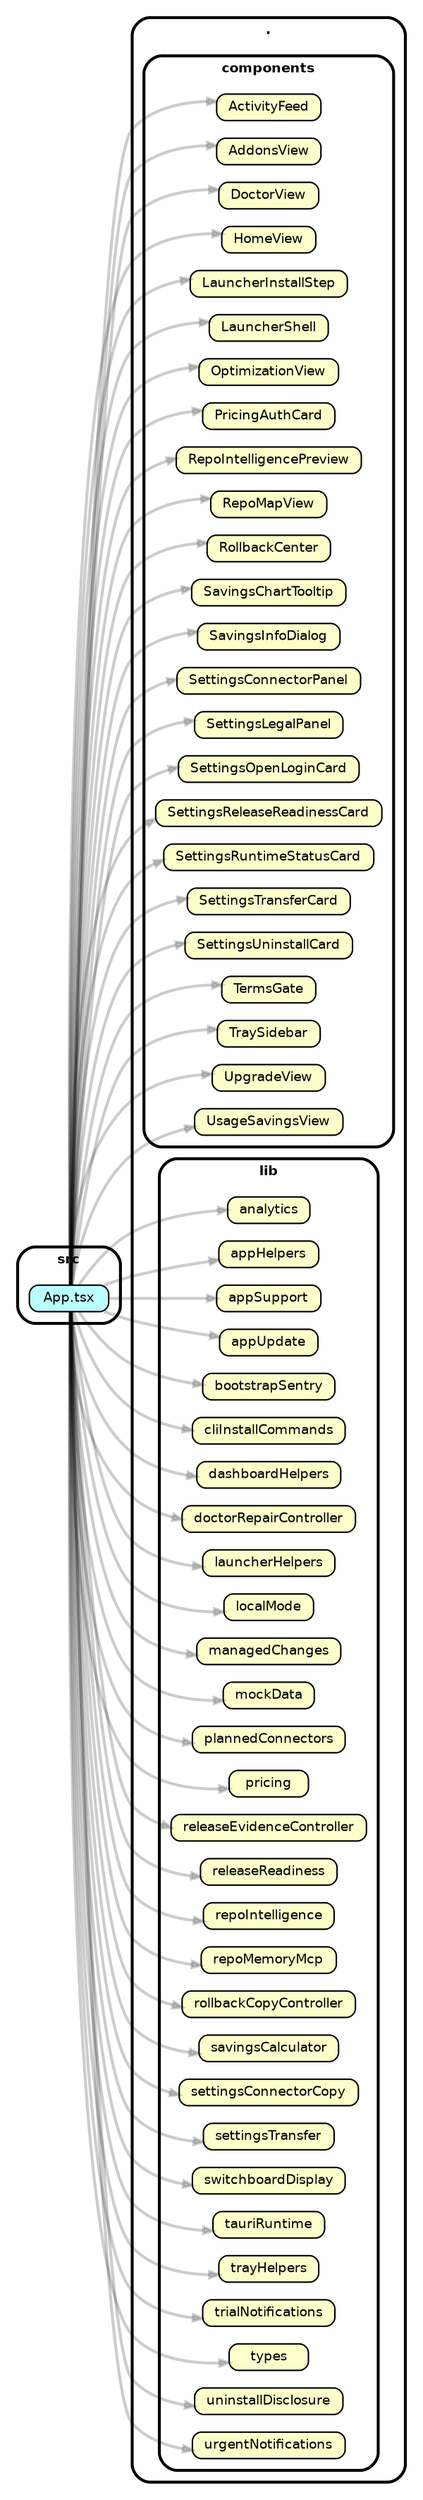
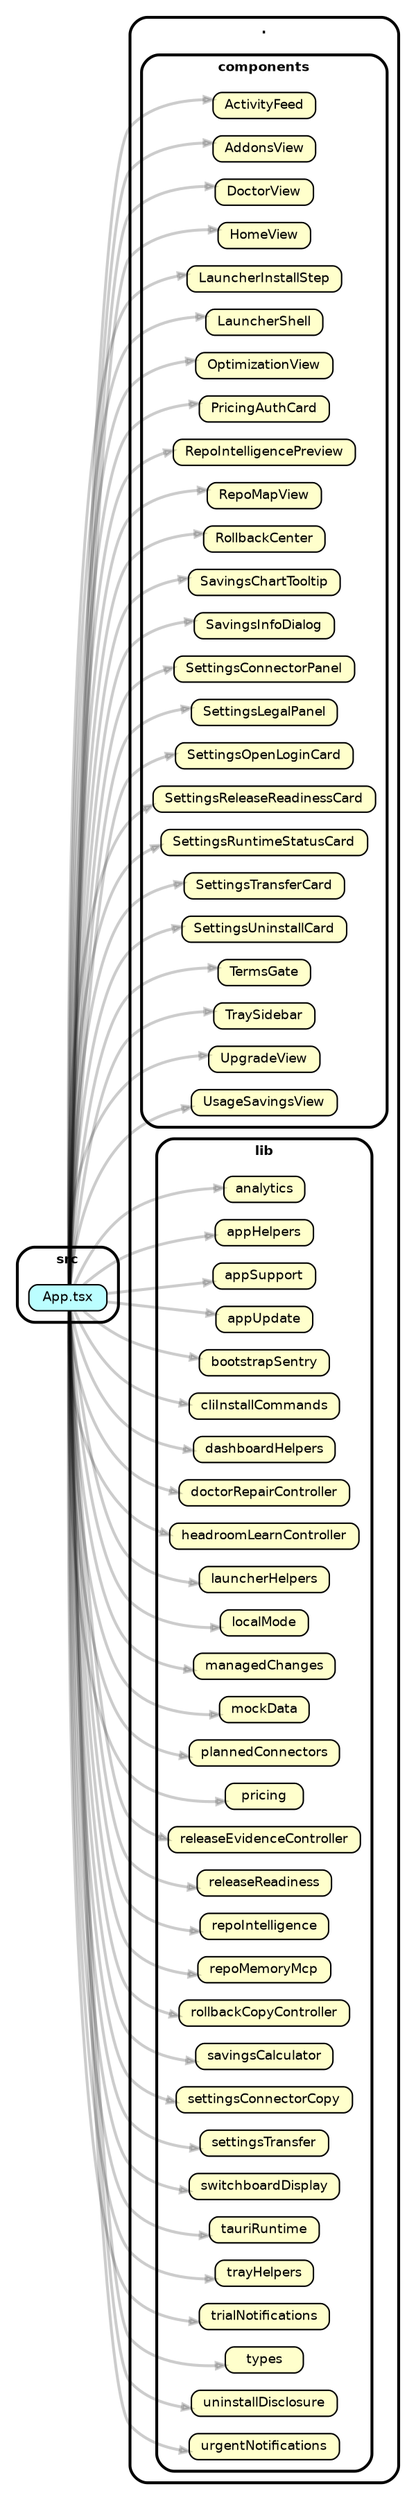
strict digraph "dependency-cruiser output"{
    rankdir="LR" splines="true" overlap="false" nodesep="0.16" ranksep="0.18" fontname="Helvetica-bold" fontsize="9" style="rounded,bold,filled" fillcolor="#ffffff" compound="true"
    node [shape="box" style="rounded, filled" height="0.2" color="black" fillcolor="#ffffcc" fontcolor="black" fontname="Helvetica" fontsize="9"]
    edge [arrowhead="normal" arrowsize="0.6" penwidth="2.0" color="#00000033" fontname="Helvetica" fontsize="9"]

    subgraph "cluster_." {label="." subgraph "cluster_./components" {label="components" "./components/ActivityFeed" [label=<ActivityFeed> tooltip="ActivityFeed" ] } }
    subgraph "cluster_." {label="." subgraph "cluster_./components" {label="components" "./components/AddonsView" [label=<AddonsView> tooltip="AddonsView" ] } }
    subgraph "cluster_." {label="." subgraph "cluster_./components" {label="components" "./components/DoctorView" [label=<DoctorView> tooltip="DoctorView" ] } }
    subgraph "cluster_." {label="." subgraph "cluster_./components" {label="components" "./components/HomeView" [label=<HomeView> tooltip="HomeView" ] } }
    subgraph "cluster_." {label="." subgraph "cluster_./components" {label="components" "./components/LauncherInstallStep" [label=<LauncherInstallStep> tooltip="LauncherInstallStep" ] } }
    subgraph "cluster_." {label="." subgraph "cluster_./components" {label="components" "./components/LauncherShell" [label=<LauncherShell> tooltip="LauncherShell" ] } }
    subgraph "cluster_." {label="." subgraph "cluster_./components" {label="components" "./components/OptimizationView" [label=<OptimizationView> tooltip="OptimizationView" ] } }
    subgraph "cluster_." {label="." subgraph "cluster_./components" {label="components" "./components/PricingAuthCard" [label=<PricingAuthCard> tooltip="PricingAuthCard" ] } }
    subgraph "cluster_." {label="." subgraph "cluster_./components" {label="components" "./components/RepoIntelligencePreview" [label=<RepoIntelligencePreview> tooltip="RepoIntelligencePreview" ] } }
    subgraph "cluster_." {label="." subgraph "cluster_./components" {label="components" "./components/RepoMapView" [label=<RepoMapView> tooltip="RepoMapView" ] } }
    subgraph "cluster_." {label="." subgraph "cluster_./components" {label="components" "./components/RollbackCenter" [label=<RollbackCenter> tooltip="RollbackCenter" ] } }
    subgraph "cluster_." {label="." subgraph "cluster_./components" {label="components" "./components/SavingsChartTooltip" [label=<SavingsChartTooltip> tooltip="SavingsChartTooltip" ] } }
    subgraph "cluster_." {label="." subgraph "cluster_./components" {label="components" "./components/SavingsInfoDialog" [label=<SavingsInfoDialog> tooltip="SavingsInfoDialog" ] } }
    subgraph "cluster_." {label="." subgraph "cluster_./components" {label="components" "./components/SettingsConnectorPanel" [label=<SettingsConnectorPanel> tooltip="SettingsConnectorPanel" ] } }
    subgraph "cluster_." {label="." subgraph "cluster_./components" {label="components" "./components/SettingsLegalPanel" [label=<SettingsLegalPanel> tooltip="SettingsLegalPanel" ] } }
    subgraph "cluster_." {label="." subgraph "cluster_./components" {label="components" "./components/SettingsOpenLoginCard" [label=<SettingsOpenLoginCard> tooltip="SettingsOpenLoginCard" ] } }
    subgraph "cluster_." {label="." subgraph "cluster_./components" {label="components" "./components/SettingsReleaseReadinessCard" [label=<SettingsReleaseReadinessCard> tooltip="SettingsReleaseReadinessCard" ] } }
    subgraph "cluster_." {label="." subgraph "cluster_./components" {label="components" "./components/SettingsRuntimeStatusCard" [label=<SettingsRuntimeStatusCard> tooltip="SettingsRuntimeStatusCard" ] } }
    subgraph "cluster_." {label="." subgraph "cluster_./components" {label="components" "./components/SettingsTransferCard" [label=<SettingsTransferCard> tooltip="SettingsTransferCard" ] } }
    subgraph "cluster_." {label="." subgraph "cluster_./components" {label="components" "./components/SettingsUninstallCard" [label=<SettingsUninstallCard> tooltip="SettingsUninstallCard" ] } }
    subgraph "cluster_." {label="." subgraph "cluster_./components" {label="components" "./components/TermsGate" [label=<TermsGate> tooltip="TermsGate" ] } }
    subgraph "cluster_." {label="." subgraph "cluster_./components" {label="components" "./components/TraySidebar" [label=<TraySidebar> tooltip="TraySidebar" ] } }
    subgraph "cluster_." {label="." subgraph "cluster_./components" {label="components" "./components/UpgradeView" [label=<UpgradeView> tooltip="UpgradeView" ] } }
    subgraph "cluster_." {label="." subgraph "cluster_./components" {label="components" "./components/UsageSavingsView" [label=<UsageSavingsView> tooltip="UsageSavingsView" ] } }
    subgraph "cluster_." {label="." subgraph "cluster_./lib" {label="lib" "./lib/analytics" [label=<analytics> tooltip="analytics" ] } }
    subgraph "cluster_." {label="." subgraph "cluster_./lib" {label="lib" "./lib/appHelpers" [label=<appHelpers> tooltip="appHelpers" ] } }
    subgraph "cluster_." {label="." subgraph "cluster_./lib" {label="lib" "./lib/appSupport" [label=<appSupport> tooltip="appSupport" ] } }
    subgraph "cluster_." {label="." subgraph "cluster_./lib" {label="lib" "./lib/appUpdate" [label=<appUpdate> tooltip="appUpdate" ] } }
    subgraph "cluster_." {label="." subgraph "cluster_./lib" {label="lib" "./lib/bootstrapSentry" [label=<bootstrapSentry> tooltip="bootstrapSentry" ] } }
    subgraph "cluster_." {label="." subgraph "cluster_./lib" {label="lib" "./lib/cliInstallCommands" [label=<cliInstallCommands> tooltip="cliInstallCommands" ] } }
    subgraph "cluster_." {label="." subgraph "cluster_./lib" {label="lib" "./lib/dashboardHelpers" [label=<dashboardHelpers> tooltip="dashboardHelpers" ] } }
    subgraph "cluster_." {label="." subgraph "cluster_./lib" {label="lib" "./lib/doctorRepairController" [label=<doctorRepairController> tooltip="doctorRepairController" ] } }
+     subgraph "cluster_." {label="." subgraph "cluster_./lib" {label="lib" "./lib/headroomLearnController" [label=<headroomLearnController> tooltip="headroomLearnController" ] } }
    subgraph "cluster_." {label="." subgraph "cluster_./lib" {label="lib" "./lib/launcherHelpers" [label=<launcherHelpers> tooltip="launcherHelpers" ] } }
    subgraph "cluster_." {label="." subgraph "cluster_./lib" {label="lib" "./lib/localMode" [label=<localMode> tooltip="localMode" ] } }
    subgraph "cluster_." {label="." subgraph "cluster_./lib" {label="lib" "./lib/managedChanges" [label=<managedChanges> tooltip="managedChanges" ] } }
    subgraph "cluster_." {label="." subgraph "cluster_./lib" {label="lib" "./lib/mockData" [label=<mockData> tooltip="mockData" ] } }
    subgraph "cluster_." {label="." subgraph "cluster_./lib" {label="lib" "./lib/plannedConnectors" [label=<plannedConnectors> tooltip="plannedConnectors" ] } }
    subgraph "cluster_." {label="." subgraph "cluster_./lib" {label="lib" "./lib/pricing" [label=<pricing> tooltip="pricing" ] } }
    subgraph "cluster_." {label="." subgraph "cluster_./lib" {label="lib" "./lib/releaseEvidenceController" [label=<releaseEvidenceController> tooltip="releaseEvidenceController" ] } }
    subgraph "cluster_." {label="." subgraph "cluster_./lib" {label="lib" "./lib/releaseReadiness" [label=<releaseReadiness> tooltip="releaseReadiness" ] } }
    subgraph "cluster_." {label="." subgraph "cluster_./lib" {label="lib" "./lib/repoIntelligence" [label=<repoIntelligence> tooltip="repoIntelligence" ] } }
    subgraph "cluster_." {label="." subgraph "cluster_./lib" {label="lib" "./lib/repoMemoryMcp" [label=<repoMemoryMcp> tooltip="repoMemoryMcp" ] } }
    subgraph "cluster_." {label="." subgraph "cluster_./lib" {label="lib" "./lib/rollbackCopyController" [label=<rollbackCopyController> tooltip="rollbackCopyController" ] } }
    subgraph "cluster_." {label="." subgraph "cluster_./lib" {label="lib" "./lib/savingsCalculator" [label=<savingsCalculator> tooltip="savingsCalculator" ] } }
    subgraph "cluster_." {label="." subgraph "cluster_./lib" {label="lib" "./lib/settingsConnectorCopy" [label=<settingsConnectorCopy> tooltip="settingsConnectorCopy" ] } }
    subgraph "cluster_." {label="." subgraph "cluster_./lib" {label="lib" "./lib/settingsTransfer" [label=<settingsTransfer> tooltip="settingsTransfer" ] } }
    subgraph "cluster_." {label="." subgraph "cluster_./lib" {label="lib" "./lib/switchboardDisplay" [label=<switchboardDisplay> tooltip="switchboardDisplay" ] } }
    subgraph "cluster_." {label="." subgraph "cluster_./lib" {label="lib" "./lib/tauriRuntime" [label=<tauriRuntime> tooltip="tauriRuntime" ] } }
    subgraph "cluster_." {label="." subgraph "cluster_./lib" {label="lib" "./lib/trayHelpers" [label=<trayHelpers> tooltip="trayHelpers" ] } }
    subgraph "cluster_." {label="." subgraph "cluster_./lib" {label="lib" "./lib/trialNotifications" [label=<trialNotifications> tooltip="trialNotifications" ] } }
    subgraph "cluster_." {label="." subgraph "cluster_./lib" {label="lib" "./lib/types" [label=<types> tooltip="types" ] } }
    subgraph "cluster_." {label="." subgraph "cluster_./lib" {label="lib" "./lib/uninstallDisclosure" [label=<uninstallDisclosure> tooltip="uninstallDisclosure" ] } }
    subgraph "cluster_." {label="." subgraph "cluster_./lib" {label="lib" "./lib/urgentNotifications" [label=<urgentNotifications> tooltip="urgentNotifications" ] } }
    subgraph "cluster_src" {label="src" "src/App.tsx" [label=<App.tsx> tooltip="App.tsx" URL="src/App.tsx" fillcolor="#bbfeff"] }
    "src/App.tsx" -> "./components/ActivityFeed"
    "src/App.tsx" -> "./components/AddonsView"
    "src/App.tsx" -> "./components/DoctorView"
    "src/App.tsx" -> "./components/HomeView"
    "src/App.tsx" -> "./components/LauncherInstallStep"
    "src/App.tsx" -> "./components/LauncherShell"
    "src/App.tsx" -> "./components/OptimizationView"
    "src/App.tsx" -> "./components/PricingAuthCard"
    "src/App.tsx" -> "./components/RepoIntelligencePreview"
    "src/App.tsx" -> "./components/RepoMapView"
    "src/App.tsx" -> "./components/RollbackCenter"
    "src/App.tsx" -> "./components/SavingsChartTooltip"
    "src/App.tsx" -> "./components/SavingsInfoDialog"
    "src/App.tsx" -> "./components/SettingsConnectorPanel"
    "src/App.tsx" -> "./components/SettingsLegalPanel"
    "src/App.tsx" -> "./components/SettingsOpenLoginCard"
    "src/App.tsx" -> "./components/SettingsReleaseReadinessCard"
    "src/App.tsx" -> "./components/SettingsRuntimeStatusCard"
    "src/App.tsx" -> "./components/SettingsTransferCard"
    "src/App.tsx" -> "./components/SettingsUninstallCard"
    "src/App.tsx" -> "./components/TermsGate"
    "src/App.tsx" -> "./components/TraySidebar"
    "src/App.tsx" -> "./components/UpgradeView"
    "src/App.tsx" -> "./components/UsageSavingsView"
    "src/App.tsx" -> "./lib/analytics"
    "src/App.tsx" -> "./lib/appHelpers"
    "src/App.tsx" -> "./lib/appSupport"
    "src/App.tsx" -> "./lib/appUpdate"
    "src/App.tsx" -> "./lib/bootstrapSentry"
    "src/App.tsx" -> "./lib/cliInstallCommands"
    "src/App.tsx" -> "./lib/dashboardHelpers"
    "src/App.tsx" -> "./lib/doctorRepairController"
+     "src/App.tsx" -> "./lib/headroomLearnController"
    "src/App.tsx" -> "./lib/launcherHelpers"
    "src/App.tsx" -> "./lib/localMode"
    "src/App.tsx" -> "./lib/managedChanges"
    "src/App.tsx" -> "./lib/mockData"
    "src/App.tsx" -> "./lib/plannedConnectors"
    "src/App.tsx" -> "./lib/pricing"
    "src/App.tsx" -> "./lib/releaseEvidenceController"
    "src/App.tsx" -> "./lib/releaseReadiness"
    "src/App.tsx" -> "./lib/repoIntelligence"
    "src/App.tsx" -> "./lib/repoMemoryMcp"
    "src/App.tsx" -> "./lib/rollbackCopyController"
    "src/App.tsx" -> "./lib/savingsCalculator"
    "src/App.tsx" -> "./lib/settingsConnectorCopy"
    "src/App.tsx" -> "./lib/settingsTransfer"
    "src/App.tsx" -> "./lib/switchboardDisplay"
    "src/App.tsx" -> "./lib/tauriRuntime"
    "src/App.tsx" -> "./lib/trayHelpers"
    "src/App.tsx" -> "./lib/trialNotifications"
    "src/App.tsx" -> "./lib/types"
    "src/App.tsx" -> "./lib/uninstallDisclosure"
    "src/App.tsx" -> "./lib/urgentNotifications"
}
